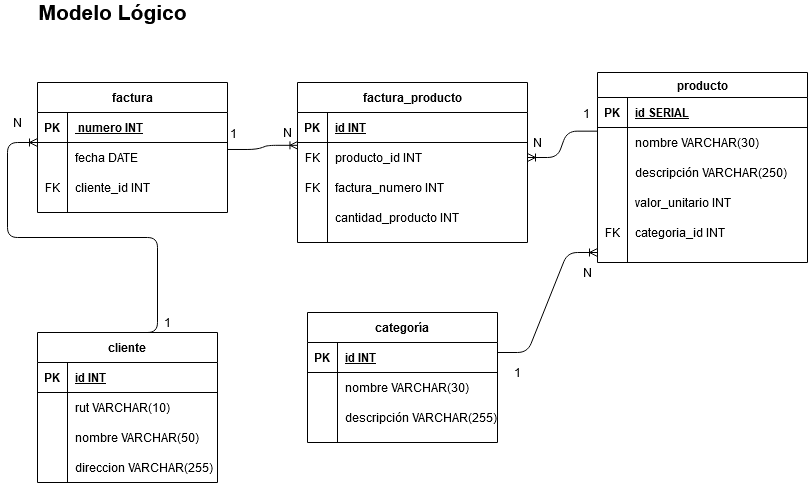
Earlier version of the draw.io export prueba_sql.png (gilibethvega/prueba_sql). Source tidied: cells renumbered, new cells last; positions are measured from the earlier drawing's top-left corner, leaving out a move shared by most shapes.
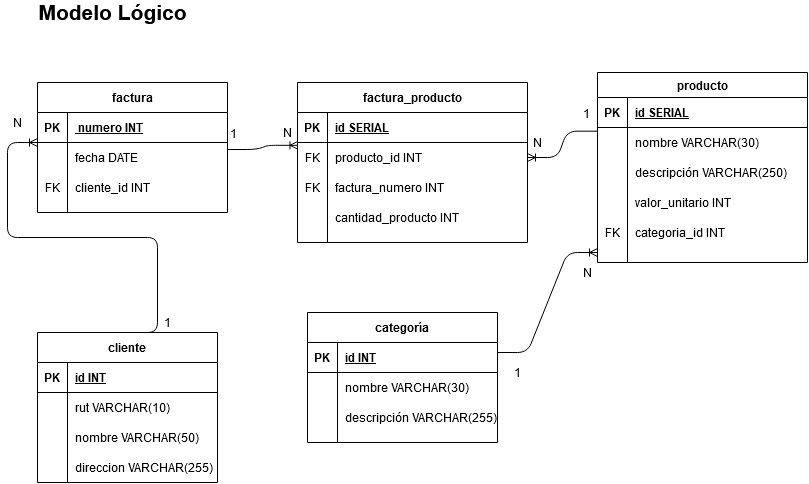
The same file after the commit.

Change to the diagram source:
```diff
@@ -152,7 +152,7 @@
     <mxCell id="51" value="PK" style="shape=partialRectangle;fillColor=none;top=0;left=0;bottom=0;right=0;fontStyle=1;overflow=hidden;" parent="50" vertex="1">
       <mxGeometry width="30" height="30" as="geometry" />
     </mxCell>
-    <mxCell id="52" value="id INT" style="shape=partialRectangle;fillColor=none;top=0;left=0;bottom=0;right=0;align=left;spacingLeft=6;fontStyle=5;overflow=hidden;" parent="50" vertex="1">
+    <mxCell id="52" value="id SERIAL" style="shape=partialRectangle;fillColor=none;top=0;left=0;bottom=0;right=0;align=left;spacingLeft=6;fontStyle=5;overflow=hidden;" parent="50" vertex="1">
       <mxGeometry x="30" width="200" height="30" as="geometry" />
     </mxCell>
     <mxCell id="53" style="shape=partialRectangle;fillColor=none;top=0;left=0;bottom=0;right=0;points=[[0,0.5],[1,0.5]];portConstraint=eastwest;" parent="49" vertex="1">
```
